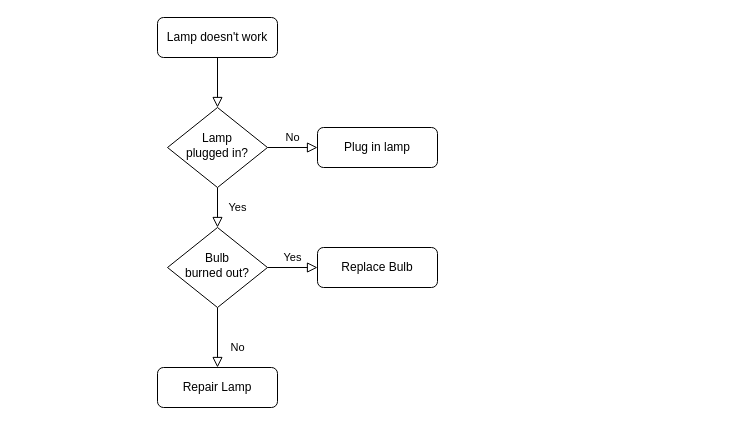
This is precision_landing_algorithm.drawio from Cheongmaesil/cheongmaesil.github.io, a draw.io file, before an edit. Source tidied: cells renumbered, new cells numbered last; positions are measured from the earlier drawing's top-left corner, leaving out a move shared by most shapes. Both pictures are drawn from the tidied source at 100%, with x=0, y=0 at pixel (157, 17).
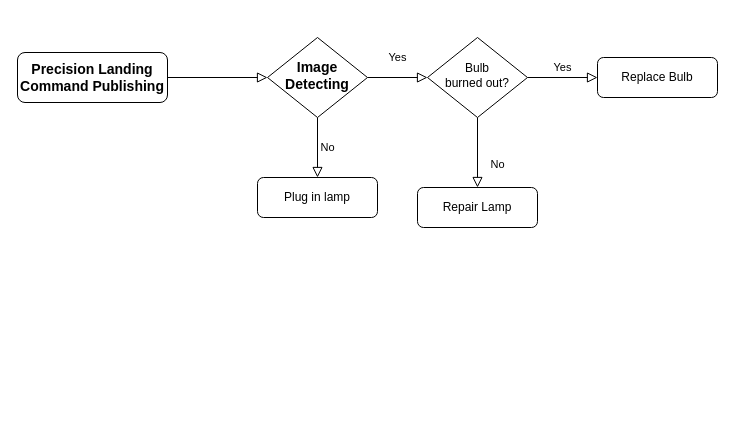
Above is the later version.

Diff of the diagram source:
```diff
@@
 <mxGraphModel>
   <root>
     <mxCell id="0" />
     <mxCell id="1" parent="0" />
     <mxCell id="2" style="rounded=0;html=1;jettySize=auto;fontSize=11;endArrow=block;endFill=0;endSize=8;strokeWidth=1;shadow=0;labelBackgroundColor=none;edgeStyle=orthogonalEdgeStyle;" parent="1" edge="1" source="3" target="6">
       <mxGeometry relative="1" as="geometry" />
     </mxCell>
-    <mxCell id="3" value="Lamp doesn't work" style="rounded=1;whiteSpace=wrap;html=1;fontSize=12;glass=0;strokeWidth=1;shadow=0;" parent="1" vertex="1">
-      <mxGeometry width="120" height="40" as="geometry" />
+    <mxCell id="3" value="&lt;b&gt;&lt;font style=&quot;font-size: 14px;&quot;&gt;Precision Landing Command Publishing&lt;/font&gt;&lt;/b&gt;" style="rounded=1;whiteSpace=wrap;html=1;fontSize=12;glass=0;strokeWidth=1;shadow=0;" parent="1" vertex="1">
+      <mxGeometry x="-140" y="35" width="150" height="50" as="geometry" />
     </mxCell>
     <mxCell id="4" value="Yes" style="rounded=0;html=1;jettySize=auto;fontSize=11;endArrow=block;endFill=0;endSize=8;strokeWidth=1;shadow=0;labelBackgroundColor=none;edgeStyle=orthogonalEdgeStyle;" parent="1" edge="1" source="6" target="10">
       <mxGeometry y="20" relative="1" as="geometry" />
     </mxCell>
     <mxCell id="5" value="No" style="edgeStyle=orthogonalEdgeStyle;rounded=0;html=1;jettySize=auto;fontSize=11;endArrow=block;endFill=0;endSize=8;strokeWidth=1;shadow=0;labelBackgroundColor=none;" parent="1" edge="1" source="6" target="7">
       <mxGeometry y="10" relative="1" as="geometry" />
     </mxCell>
-    <mxCell id="6" value="Lamp&lt;br&gt;plugged in?" style="rhombus;whiteSpace=wrap;html=1;shadow=0;fontFamily=Helvetica;fontSize=12;align=center;strokeWidth=1;spacing=6;spacingTop=-4;" parent="1" vertex="1">
-      <mxGeometry x="10" y="90" width="100" height="80" as="geometry" />
+    <mxCell id="6" value="&lt;font style=&quot;font-size: 14px;&quot;&gt;&lt;b&gt;Image Detecting&lt;/b&gt;&lt;/font&gt;" style="rhombus;whiteSpace=wrap;html=1;shadow=0;fontFamily=Helvetica;fontSize=12;align=center;strokeWidth=1;spacing=6;spacingTop=-4;" parent="1" vertex="1">
+      <mxGeometry x="110" y="20" width="100" height="80" as="geometry" />
     </mxCell>
     <mxCell id="7" value="Plug in lamp" style="rounded=1;whiteSpace=wrap;html=1;fontSize=12;glass=0;strokeWidth=1;shadow=0;" parent="1" vertex="1">
-      <mxGeometry x="160" y="110" width="120" height="40" as="geometry" />
+      <mxGeometry x="100" y="160" width="120" height="40" as="geometry" />
     </mxCell>
     <mxCell id="8" value="No" style="rounded=0;html=1;jettySize=auto;fontSize=11;endArrow=block;endFill=0;endSize=8;strokeWidth=1;shadow=0;labelBackgroundColor=none;edgeStyle=orthogonalEdgeStyle;" parent="1" edge="1" source="10" target="11">
       <mxGeometry x="0.33" y="20" relative="1" as="geometry" />
     </mxCell>
     <mxCell id="9" value="Yes" style="edgeStyle=orthogonalEdgeStyle;rounded=0;html=1;jettySize=auto;fontSize=11;endArrow=block;endFill=0;endSize=8;strokeWidth=1;shadow=0;labelBackgroundColor=none;" parent="1" edge="1" source="10" target="12">
       <mxGeometry y="10" relative="1" as="geometry" />
     </mxCell>
     <mxCell id="10" value="Bulb&lt;br&gt;burned out?" style="rhombus;whiteSpace=wrap;html=1;shadow=0;fontFamily=Helvetica;fontSize=12;align=center;strokeWidth=1;spacing=6;spacingTop=-4;" parent="1" vertex="1">
-      <mxGeometry x="10" y="210" width="100" height="80" as="geometry" />
+      <mxGeometry x="270" y="20" width="100" height="80" as="geometry" />
     </mxCell>
     <mxCell id="11" value="Repair Lamp" style="rounded=1;whiteSpace=wrap;html=1;fontSize=12;glass=0;strokeWidth=1;shadow=0;" parent="1" vertex="1">
-      <mxGeometry y="350" width="120" height="40" as="geometry" />
+      <mxGeometry x="260" y="170" width="120" height="40" as="geometry" />
     </mxCell>
     <mxCell id="12" value="Replace Bulb" style="rounded=1;whiteSpace=wrap;html=1;fontSize=12;glass=0;strokeWidth=1;shadow=0;" parent="1" vertex="1">
-      <mxGeometry x="160" y="230" width="120" height="40" as="geometry" />
+      <mxGeometry x="440" y="40" width="120" height="40" as="geometry" />
     </mxCell>
   </root>
 </mxGraphModel>
```
